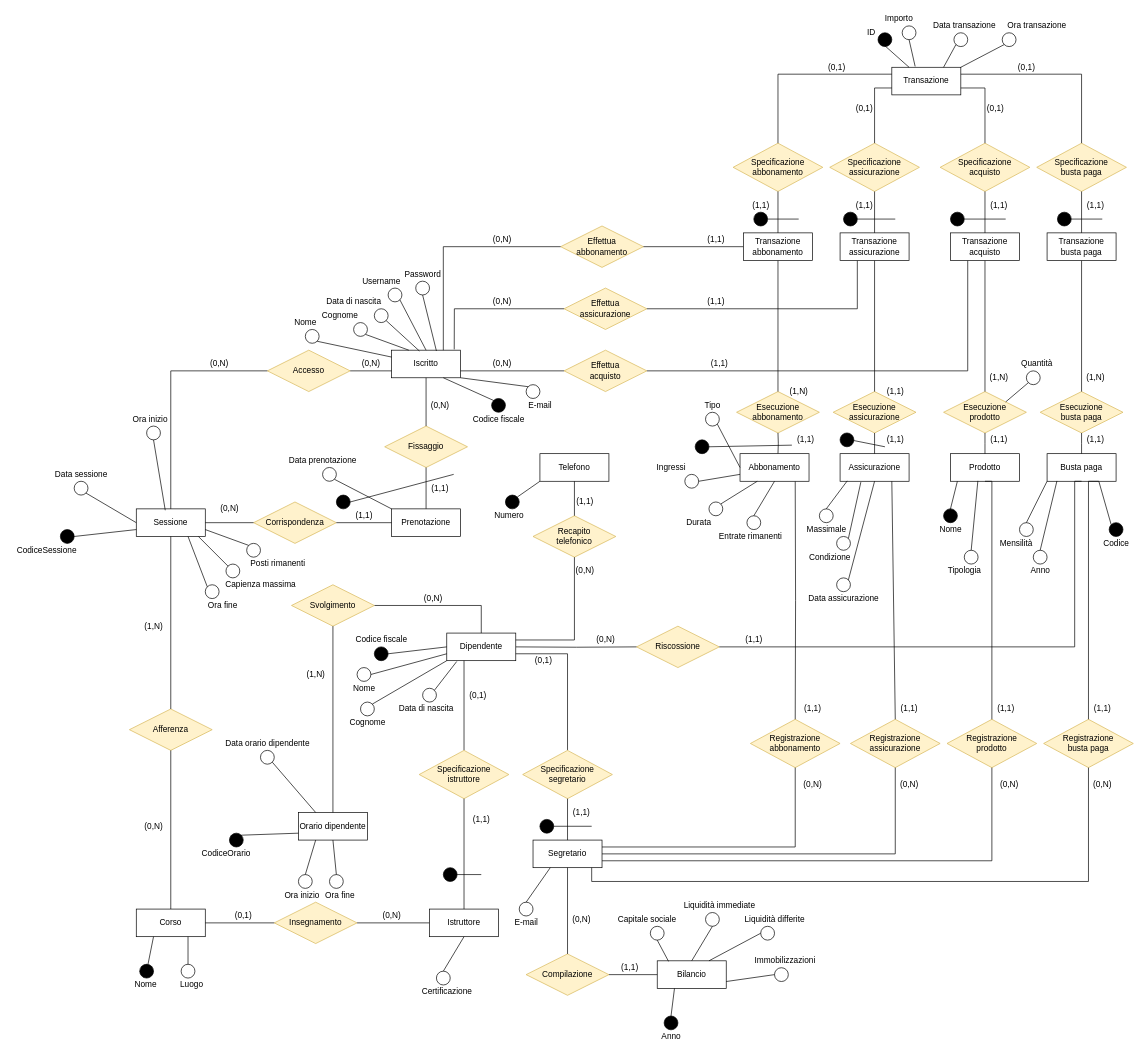
Earlier version of the draw.io diagram Diagrammi ER/ER_ristrutturato.drawio (DavideNunin/anconarockclimb). Source tidied: cells renumbered, new cells numbered last; positions are measured from the earlier drawing's top-left corner, leaving out a move shared by most shapes. Both pictures are drawn from the tidied source at 69%, with x=0, y=0 at pixel (12, 12).
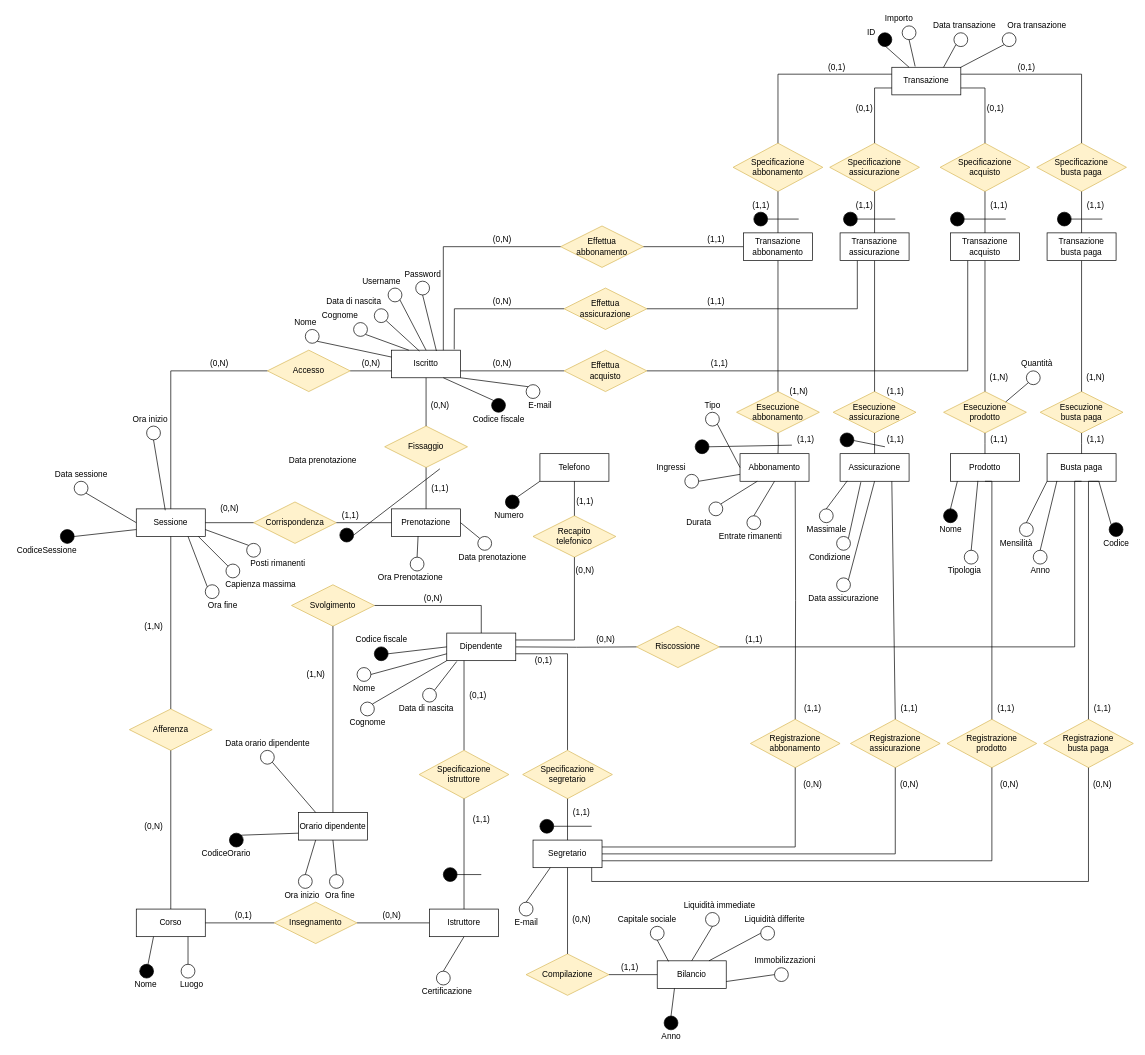
The same diagram, later.

Unchanged cells that the change refers to:
```xml
<mxCell id="9" value="Prenotazione" style="whiteSpace=wrap;html=1;align=center;" parent="1" vertex="1">
  <mxGeometry x="550" y="720" width="100" height="40" as="geometry" />
</mxCell>
```

Change to the diagram source:
```diff
@@
     <mxCell id="102" value="(1,1)" style="text;html=1;align=center;verticalAlign=middle;strokeColor=none;fillColor=none;" parent="1" vertex="1">
-      <mxGeometry x="490" y="720" width="40" height="20" as="geometry" />
+      <mxGeometry x="470" y="720" width="40" height="20" as="geometry" />
     </mxCell>
@@
     <mxCell id="132" style="ellipse;whiteSpace=wrap;html=1;glass=0;" parent="1" vertex="1">
-      <mxGeometry x="450" y="660" width="20" height="20" as="geometry" />
+      <mxGeometry x="675" y="760" width="20" height="20" as="geometry" />
     </mxCell>
@@
-    <mxCell id="134" style="endArrow=none;html=1;rounded=0;entryX=0;entryY=0;entryDx=0;entryDy=0;exitX=1;exitY=1;exitDx=0;exitDy=0;" parent="1" edge="1" source="132" target="9">
+    <mxCell id="134" style="endArrow=none;html=1;rounded=0;entryX=1;entryY=0.5;entryDx=0;entryDy=0;exitX=0;exitY=0;exitDx=0;exitDy=0;" parent="1" edge="1" source="132" target="9">
       <mxGeometry relative="1" as="geometry" />
     </mxCell>
     <mxCell id="135" style="ellipse;whiteSpace=wrap;html=1;glass=0;fillColor=#000000;" parent="1" vertex="1">
-      <mxGeometry x="470" y="700" width="20" height="20" as="geometry" />
+      <mxGeometry x="475" y="748" width="20" height="20" as="geometry" />
     </mxCell>
     <mxCell id="136" style="endArrow=none;html=1;rounded=0;exitX=1;exitY=0.5;exitDx=0;exitDy=0;" parent="1" edge="1" source="135">
       <mxGeometry relative="1" as="geometry">
-        <mxPoint x="640" y="670" as="targetPoint" />
+        <mxPoint x="620" y="662" as="targetPoint" />
       </mxGeometry>
     </mxCell>
@@
+    <mxCell id="318" style="endArrow=none;html=1;rounded=0;entryX=0.384;entryY=0.99;entryDx=0;entryDy=0;entryPerimeter=0;exitX=0.5;exitY=0;exitDx=0;exitDy=0;" parent="1" edge="1" source="319" target="9">
+      <mxGeometry relative="1" as="geometry" />
+    </mxCell>
+    <mxCell id="319" style="ellipse;whiteSpace=wrap;html=1;glass=0;" parent="1" vertex="1">
+      <mxGeometry x="577" y="790" width="20" height="20" as="geometry" />
+    </mxCell>
+    <mxCell id="320" value="Data prenotazione" style="text;html=1;align=center;verticalAlign=middle;strokeColor=none;fillColor=none;" parent="1" vertex="1">
+      <mxGeometry x="642" y="782" width="108" height="18" as="geometry" />
+    </mxCell>
+    <mxCell id="321" value="Ora Prenotazione" style="text;html=1;align=center;verticalAlign=middle;strokeColor=none;fillColor=none;" parent="1" vertex="1">
+      <mxGeometry x="525" y="810" width="104" height="18" as="geometry" />
+    </mxCell>
```
